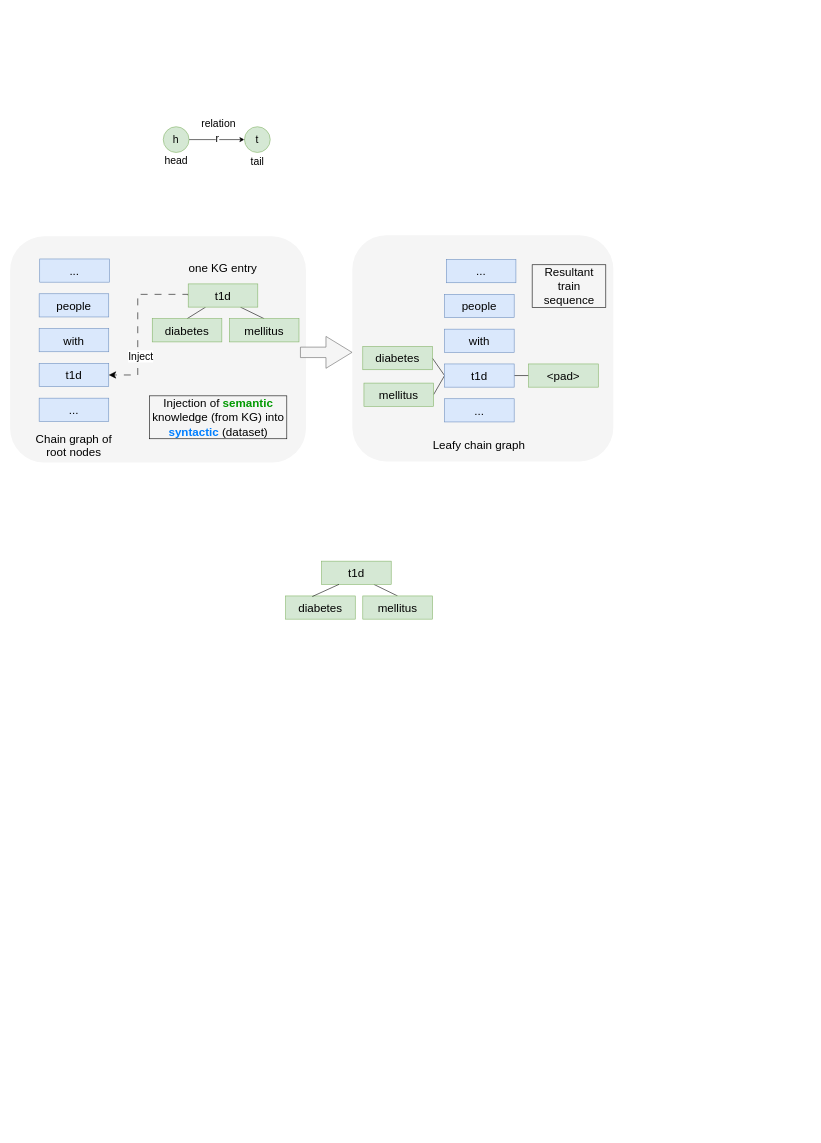
Before: page "Page-2" (2 of 2) of presentations/generals.drawio in across-stars/draw.io, a draw.io diagram. Source tidied: cells renumbered, new cells numbered last; positions are measured from the earlier drawing's top-left corner, leaving out a move shared by most shapes. Both pictures are drawn from the tidied source at 58%, with x=0, y=0 at pixel (10, 114).
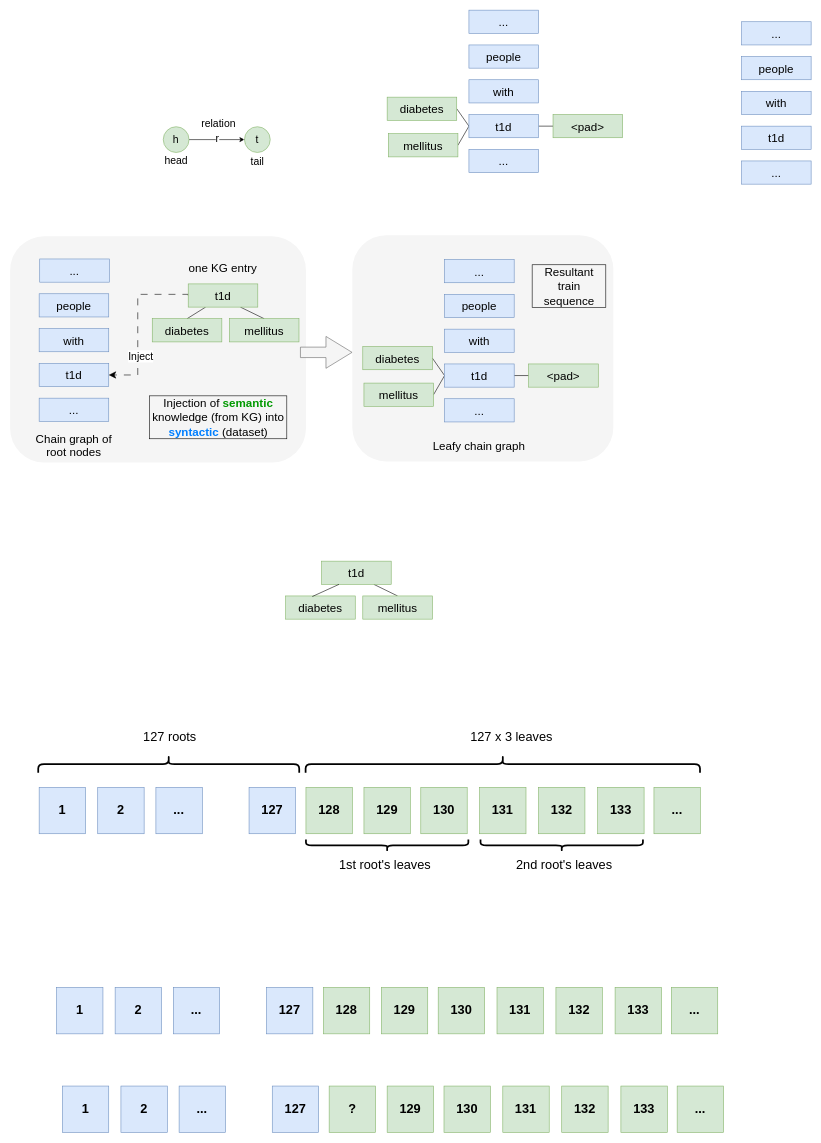
Above is the later version.

Diff of the diagram source:
```diff
@@
     <mxCell id="27" value="&lt;font style=&quot;font-size: 20px;&quot;&gt;...&lt;/font&gt;" style="rounded=0;whiteSpace=wrap;html=1;fontFamily=Helvetica;fontSize=11;labelBackgroundColor=none;fillColor=#dae8fc;strokeColor=#6c8ebf;" parent="1" vertex="1">
-      <mxGeometry x="752" y="250" width="120" height="40" as="geometry" />
+      <mxGeometry x="749" y="250" width="120" height="40" as="geometry" />
     </mxCell>
@@
+    <mxCell id="48" value="&lt;font size=&quot;1&quot;&gt;&lt;b style=&quot;font-size: 22px;&quot;&gt;1&lt;/b&gt;&lt;/font&gt;" style="whiteSpace=wrap;html=1;fontFamily=Helvetica;fontSize=11;labelBackgroundColor=none;fillColor=#dae8fc;strokeColor=#6c8ebf;" parent="1" vertex="1">
+      <mxGeometry x="50" y="1160" width="80" height="80" as="geometry" />
+    </mxCell>
+    <mxCell id="49" value="&lt;font size=&quot;1&quot;&gt;&lt;b style=&quot;font-size: 22px;&quot;&gt;2&lt;/b&gt;&lt;/font&gt;" style="whiteSpace=wrap;html=1;fontFamily=Helvetica;fontSize=11;labelBackgroundColor=none;fillColor=#dae8fc;strokeColor=#6c8ebf;" parent="1" vertex="1">
+      <mxGeometry x="151" y="1160" width="80" height="80" as="geometry" />
+    </mxCell>
+    <mxCell id="50" value="&lt;font size=&quot;1&quot;&gt;&lt;b style=&quot;font-size: 22px;&quot;&gt;...&lt;/b&gt;&lt;/font&gt;" style="whiteSpace=wrap;html=1;fontFamily=Helvetica;fontSize=11;labelBackgroundColor=none;fillColor=#dae8fc;strokeColor=#6c8ebf;" parent="1" vertex="1">
+      <mxGeometry x="251.3" y="1160" width="80" height="80" as="geometry" />
+    </mxCell>
+    <mxCell id="51" value="&lt;font size=&quot;1&quot;&gt;&lt;b style=&quot;font-size: 22px;&quot;&gt;127&lt;/b&gt;&lt;/font&gt;" style="whiteSpace=wrap;html=1;fontFamily=Helvetica;fontSize=11;labelBackgroundColor=none;fillColor=#dae8fc;strokeColor=#6c8ebf;" parent="1" vertex="1">
+      <mxGeometry x="411.9" y="1160" width="80" height="80" as="geometry" />
+    </mxCell>
+    <mxCell id="52" value="&lt;font size=&quot;1&quot;&gt;&lt;b style=&quot;font-size: 22px;&quot;&gt;129&lt;/b&gt;&lt;/font&gt;" style="whiteSpace=wrap;html=1;fontFamily=Helvetica;fontSize=11;labelBackgroundColor=none;fillColor=#d5e8d4;strokeColor=#82b366;" parent="1" vertex="1">
+      <mxGeometry x="610" y="1160" width="80" height="80" as="geometry" />
+    </mxCell>
+    <mxCell id="53" value="&lt;font size=&quot;1&quot;&gt;&lt;b style=&quot;font-size: 22px;&quot;&gt;128&lt;/b&gt;&lt;/font&gt;" style="whiteSpace=wrap;html=1;fontFamily=Helvetica;fontSize=11;labelBackgroundColor=none;fillColor=#d5e8d4;strokeColor=#82b366;" parent="1" vertex="1">
+      <mxGeometry x="510" y="1160" width="80" height="80" as="geometry" />
+    </mxCell>
+    <mxCell id="54" value="&lt;font size=&quot;1&quot;&gt;&lt;b style=&quot;font-size: 22px;&quot;&gt;130&lt;/b&gt;&lt;/font&gt;" style="whiteSpace=wrap;html=1;fontFamily=Helvetica;fontSize=11;labelBackgroundColor=none;fillColor=#d5e8d4;strokeColor=#82b366;" parent="1" vertex="1">
+      <mxGeometry x="708" y="1160" width="80" height="80" as="geometry" />
+    </mxCell>
+    <mxCell id="55" value="&lt;font size=&quot;1&quot;&gt;&lt;b style=&quot;font-size: 22px;&quot;&gt;131&lt;/b&gt;&lt;/font&gt;" style="whiteSpace=wrap;html=1;fontFamily=Helvetica;fontSize=11;labelBackgroundColor=none;fillColor=#d5e8d4;strokeColor=#82b366;" parent="1" vertex="1">
+      <mxGeometry x="809.4" y="1160" width="80" height="80" as="geometry" />
+    </mxCell>
+    <mxCell id="56" value="&lt;font size=&quot;1&quot;&gt;&lt;b style=&quot;font-size: 22px;&quot;&gt;132&lt;/b&gt;&lt;/font&gt;" style="whiteSpace=wrap;html=1;fontFamily=Helvetica;fontSize=11;labelBackgroundColor=none;fillColor=#d5e8d4;strokeColor=#82b366;" parent="1" vertex="1">
+      <mxGeometry x="911" y="1160" width="80" height="80" as="geometry" />
+    </mxCell>
+    <mxCell id="57" value="&lt;font size=&quot;1&quot;&gt;&lt;b style=&quot;font-size: 22px;&quot;&gt;133&lt;/b&gt;&lt;/font&gt;" style="whiteSpace=wrap;html=1;fontFamily=Helvetica;fontSize=11;labelBackgroundColor=none;fillColor=#d5e8d4;strokeColor=#82b366;" parent="1" vertex="1">
+      <mxGeometry x="1013" y="1160" width="80" height="80" as="geometry" />
+    </mxCell>
+    <mxCell id="58" value="&lt;font size=&quot;1&quot;&gt;&lt;b style=&quot;font-size: 22px;&quot;&gt;...&lt;/b&gt;&lt;/font&gt;" style="whiteSpace=wrap;html=1;fontFamily=Helvetica;fontSize=11;labelBackgroundColor=none;fillColor=#d5e8d4;strokeColor=#82b366;" parent="1" vertex="1">
+      <mxGeometry x="1110" y="1160" width="80" height="80" as="geometry" />
+    </mxCell>
+    <mxCell id="59" style="shape=curlyBracket;whiteSpace=wrap;html=1;rounded=1;flipH=1;labelPosition=right;verticalLabelPosition=middle;align=left;verticalAlign=middle;fontFamily=Helvetica;fontSize=11;fontColor=default;labelBackgroundColor=default;rotation=90;strokeWidth=3;" parent="1" vertex="1">
+      <mxGeometry x="640" y="1120" width="20" height="280" as="geometry" />
+    </mxCell>
+    <mxCell id="60" style="shape=curlyBracket;whiteSpace=wrap;html=1;rounded=1;flipH=1;labelPosition=right;verticalLabelPosition=middle;align=left;verticalAlign=middle;fontFamily=Helvetica;fontSize=11;fontColor=default;labelBackgroundColor=default;rotation=90;strokeWidth=3;" parent="1" vertex="1">
+      <mxGeometry x="941" y="1120" width="20" height="280" as="geometry" />
+    </mxCell>
+    <mxCell id="61" value="&lt;font style=&quot;font-size: 22px;&quot;&gt;1st root's leaves&lt;/font&gt;" style="text;html=1;align=center;verticalAlign=middle;strokeColor=none;fillColor=none;fontSize=22;" parent="1" vertex="1">
+      <mxGeometry x="556" y="1275" width="180" height="40" as="geometry" />
+    </mxCell>
+    <mxCell id="62" value="&lt;font style=&quot;font-size: 22px;&quot;&gt;2nd root's leaves&lt;/font&gt;" style="text;html=1;align=center;verticalAlign=middle;strokeColor=none;fillColor=none;" parent="1" vertex="1">
+      <mxGeometry x="859.9" y="1275" width="190" height="40" as="geometry" />
+    </mxCell>
+    <mxCell id="63" style="shape=curlyBracket;whiteSpace=wrap;html=1;rounded=1;flipH=1;labelPosition=right;verticalLabelPosition=middle;align=left;verticalAlign=middle;fontFamily=Helvetica;fontSize=11;fontColor=default;labelBackgroundColor=default;rotation=-90;strokeWidth=3;" parent="1" vertex="1">
+      <mxGeometry x="834.4" y="780" width="30" height="680" as="geometry" />
+    </mxCell>
+    <mxCell id="64" value="&lt;font style=&quot;font-size: 22px;&quot;&gt;127 x 3 leaves&lt;/font&gt;" style="text;html=1;align=center;verticalAlign=middle;strokeColor=none;fillColor=none;" parent="1" vertex="1">
+      <mxGeometry x="779" y="1053" width="170" height="40" as="geometry" />
+    </mxCell>
+    <mxCell id="65" style="shape=curlyBracket;whiteSpace=wrap;html=1;rounded=1;flipH=1;labelPosition=right;verticalLabelPosition=middle;align=left;verticalAlign=middle;fontFamily=Helvetica;fontSize=11;fontColor=default;labelBackgroundColor=default;rotation=-90;strokeWidth=3;" parent="1" vertex="1">
+      <mxGeometry x="258.4" y="895" width="30" height="450" as="geometry" />
+    </mxCell>
+    <mxCell id="66" value="&lt;font style=&quot;font-size: 22px;&quot;&gt;127 roots&lt;/font&gt;" style="text;html=1;align=center;verticalAlign=middle;strokeColor=none;fillColor=none;" parent="1" vertex="1">
+      <mxGeometry x="215" y="1053" width="120" height="40" as="geometry" />
+    </mxCell>
+    <mxCell id="67" value="&lt;font size=&quot;1&quot;&gt;&lt;b style=&quot;font-size: 22px;&quot;&gt;1&lt;/b&gt;&lt;/font&gt;" style="whiteSpace=wrap;html=1;fontFamily=Helvetica;fontSize=11;labelBackgroundColor=none;fillColor=#dae8fc;strokeColor=#6c8ebf;" parent="1" vertex="1">
+      <mxGeometry x="80" y="1505" width="80" height="80" as="geometry" />
+    </mxCell>
+    <mxCell id="68" value="&lt;font size=&quot;1&quot;&gt;&lt;b style=&quot;font-size: 22px;&quot;&gt;2&lt;/b&gt;&lt;/font&gt;" style="whiteSpace=wrap;html=1;fontFamily=Helvetica;fontSize=11;labelBackgroundColor=none;fillColor=#dae8fc;strokeColor=#6c8ebf;" parent="1" vertex="1">
+      <mxGeometry x="181" y="1505" width="80" height="80" as="geometry" />
+    </mxCell>
+    <mxCell id="69" value="&lt;font size=&quot;1&quot;&gt;&lt;b style=&quot;font-size: 22px;&quot;&gt;...&lt;/b&gt;&lt;/font&gt;" style="whiteSpace=wrap;html=1;fontFamily=Helvetica;fontSize=11;labelBackgroundColor=none;fillColor=#dae8fc;strokeColor=#6c8ebf;" parent="1" vertex="1">
+      <mxGeometry x="281.3" y="1505" width="80" height="80" as="geometry" />
+    </mxCell>
+    <mxCell id="70" value="&lt;font size=&quot;1&quot;&gt;&lt;b style=&quot;font-size: 22px;&quot;&gt;127&lt;/b&gt;&lt;/font&gt;" style="whiteSpace=wrap;html=1;fontFamily=Helvetica;fontSize=11;labelBackgroundColor=none;fillColor=#dae8fc;strokeColor=#6c8ebf;" parent="1" vertex="1">
+      <mxGeometry x="441.9" y="1505" width="80" height="80" as="geometry" />
+    </mxCell>
+    <mxCell id="71" value="&lt;font size=&quot;1&quot;&gt;&lt;b style=&quot;font-size: 22px;&quot;&gt;129&lt;/b&gt;&lt;/font&gt;" style="whiteSpace=wrap;html=1;fontFamily=Helvetica;fontSize=11;labelBackgroundColor=none;fillColor=#d5e8d4;strokeColor=#82b366;" parent="1" vertex="1">
+      <mxGeometry x="640" y="1505" width="80" height="80" as="geometry" />
+    </mxCell>
+    <mxCell id="72" value="&lt;font size=&quot;1&quot;&gt;&lt;b style=&quot;font-size: 22px;&quot;&gt;128&lt;/b&gt;&lt;/font&gt;" style="whiteSpace=wrap;html=1;fontFamily=Helvetica;fontSize=11;labelBackgroundColor=none;fillColor=#d5e8d4;strokeColor=#82b366;" parent="1" vertex="1">
+      <mxGeometry x="540" y="1505" width="80" height="80" as="geometry" />
+    </mxCell>
+    <mxCell id="73" value="&lt;font size=&quot;1&quot;&gt;&lt;b style=&quot;font-size: 22px;&quot;&gt;130&lt;/b&gt;&lt;/font&gt;" style="whiteSpace=wrap;html=1;fontFamily=Helvetica;fontSize=11;labelBackgroundColor=none;fillColor=#d5e8d4;strokeColor=#82b366;" parent="1" vertex="1">
+      <mxGeometry x="738" y="1505" width="80" height="80" as="geometry" />
+    </mxCell>
+    <mxCell id="74" value="&lt;font size=&quot;1&quot;&gt;&lt;b style=&quot;font-size: 22px;&quot;&gt;131&lt;/b&gt;&lt;/font&gt;" style="whiteSpace=wrap;html=1;fontFamily=Helvetica;fontSize=11;labelBackgroundColor=none;fillColor=#d5e8d4;strokeColor=#82b366;" parent="1" vertex="1">
+      <mxGeometry x="839.4" y="1505" width="80" height="80" as="geometry" />
+    </mxCell>
+    <mxCell id="75" value="&lt;font size=&quot;1&quot;&gt;&lt;b style=&quot;font-size: 22px;&quot;&gt;132&lt;/b&gt;&lt;/font&gt;" style="whiteSpace=wrap;html=1;fontFamily=Helvetica;fontSize=11;labelBackgroundColor=none;fillColor=#d5e8d4;strokeColor=#82b366;" parent="1" vertex="1">
+      <mxGeometry x="941" y="1505" width="80" height="80" as="geometry" />
+    </mxCell>
+    <mxCell id="76" value="&lt;font size=&quot;1&quot;&gt;&lt;b style=&quot;font-size: 22px;&quot;&gt;133&lt;/b&gt;&lt;/font&gt;" style="whiteSpace=wrap;html=1;fontFamily=Helvetica;fontSize=11;labelBackgroundColor=none;fillColor=#d5e8d4;strokeColor=#82b366;" parent="1" vertex="1">
+      <mxGeometry x="1043" y="1505" width="80" height="80" as="geometry" />
+    </mxCell>
+    <mxCell id="77" value="&lt;font size=&quot;1&quot;&gt;&lt;b style=&quot;font-size: 22px;&quot;&gt;...&lt;/b&gt;&lt;/font&gt;" style="whiteSpace=wrap;html=1;fontFamily=Helvetica;fontSize=11;labelBackgroundColor=none;fillColor=#d5e8d4;strokeColor=#82b366;" parent="1" vertex="1">
+      <mxGeometry x="1140" y="1505" width="80" height="80" as="geometry" />
+    </mxCell>
+    <mxCell id="78" value="&lt;font size=&quot;1&quot;&gt;&lt;b style=&quot;font-size: 22px;&quot;&gt;1&lt;/b&gt;&lt;/font&gt;" style="whiteSpace=wrap;html=1;fontFamily=Helvetica;fontSize=11;labelBackgroundColor=none;fillColor=#dae8fc;strokeColor=#6c8ebf;" parent="1" vertex="1">
+      <mxGeometry x="90" y="1675" width="80" height="80" as="geometry" />
+    </mxCell>
+    <mxCell id="79" value="&lt;font size=&quot;1&quot;&gt;&lt;b style=&quot;font-size: 22px;&quot;&gt;2&lt;/b&gt;&lt;/font&gt;" style="whiteSpace=wrap;html=1;fontFamily=Helvetica;fontSize=11;labelBackgroundColor=none;fillColor=#dae8fc;strokeColor=#6c8ebf;" parent="1" vertex="1">
+      <mxGeometry x="191" y="1675" width="80" height="80" as="geometry" />
+    </mxCell>
+    <mxCell id="80" value="&lt;font size=&quot;1&quot;&gt;&lt;b style=&quot;font-size: 22px;&quot;&gt;...&lt;/b&gt;&lt;/font&gt;" style="whiteSpace=wrap;html=1;fontFamily=Helvetica;fontSize=11;labelBackgroundColor=none;fillColor=#dae8fc;strokeColor=#6c8ebf;" parent="1" vertex="1">
+      <mxGeometry x="291.3" y="1675" width="80" height="80" as="geometry" />
+    </mxCell>
+    <mxCell id="81" value="&lt;font size=&quot;1&quot;&gt;&lt;b style=&quot;font-size: 22px;&quot;&gt;127&lt;/b&gt;&lt;/font&gt;" style="whiteSpace=wrap;html=1;fontFamily=Helvetica;fontSize=11;labelBackgroundColor=none;fillColor=#dae8fc;strokeColor=#6c8ebf;" parent="1" vertex="1">
+      <mxGeometry x="451.9" y="1675" width="80" height="80" as="geometry" />
+    </mxCell>
+    <mxCell id="82" value="&lt;font size=&quot;1&quot;&gt;&lt;b style=&quot;font-size: 22px;&quot;&gt;129&lt;/b&gt;&lt;/font&gt;" style="whiteSpace=wrap;html=1;fontFamily=Helvetica;fontSize=11;labelBackgroundColor=none;fillColor=#d5e8d4;strokeColor=#82b366;" parent="1" vertex="1">
+      <mxGeometry x="650" y="1675" width="80" height="80" as="geometry" />
+    </mxCell>
+    <mxCell id="83" value="&lt;font size=&quot;1&quot;&gt;&lt;b style=&quot;font-size: 22px;&quot;&gt;?&lt;/b&gt;&lt;/font&gt;" style="whiteSpace=wrap;html=1;fontFamily=Helvetica;fontSize=11;labelBackgroundColor=none;fillColor=#d5e8d4;strokeColor=#82b366;" parent="1" vertex="1">
+      <mxGeometry x="550" y="1675" width="80" height="80" as="geometry" />
+    </mxCell>
+    <mxCell id="84" value="&lt;font size=&quot;1&quot;&gt;&lt;b style=&quot;font-size: 22px;&quot;&gt;130&lt;/b&gt;&lt;/font&gt;" style="whiteSpace=wrap;html=1;fontFamily=Helvetica;fontSize=11;labelBackgroundColor=none;fillColor=#d5e8d4;strokeColor=#82b366;" parent="1" vertex="1">
+      <mxGeometry x="748" y="1675" width="80" height="80" as="geometry" />
+    </mxCell>
+    <mxCell id="85" value="&lt;font size=&quot;1&quot;&gt;&lt;b style=&quot;font-size: 22px;&quot;&gt;131&lt;/b&gt;&lt;/font&gt;" style="whiteSpace=wrap;html=1;fontFamily=Helvetica;fontSize=11;labelBackgroundColor=none;fillColor=#d5e8d4;strokeColor=#82b366;" parent="1" vertex="1">
+      <mxGeometry x="849.4" y="1675" width="80" height="80" as="geometry" />
+    </mxCell>
+    <mxCell id="86" value="&lt;font size=&quot;1&quot;&gt;&lt;b style=&quot;font-size: 22px;&quot;&gt;132&lt;/b&gt;&lt;/font&gt;" style="whiteSpace=wrap;html=1;fontFamily=Helvetica;fontSize=11;labelBackgroundColor=none;fillColor=#d5e8d4;strokeColor=#82b366;" parent="1" vertex="1">
+      <mxGeometry x="951" y="1675" width="80" height="80" as="geometry" />
+    </mxCell>
+    <mxCell id="87" value="&lt;font size=&quot;1&quot;&gt;&lt;b style=&quot;font-size: 22px;&quot;&gt;133&lt;/b&gt;&lt;/font&gt;" style="whiteSpace=wrap;html=1;fontFamily=Helvetica;fontSize=11;labelBackgroundColor=none;fillColor=#d5e8d4;strokeColor=#82b366;" parent="1" vertex="1">
+      <mxGeometry x="1053" y="1675" width="80" height="80" as="geometry" />
+    </mxCell>
+    <mxCell id="88" value="&lt;font size=&quot;1&quot;&gt;&lt;b style=&quot;font-size: 22px;&quot;&gt;...&lt;/b&gt;&lt;/font&gt;" style="whiteSpace=wrap;html=1;fontFamily=Helvetica;fontSize=11;labelBackgroundColor=none;fillColor=#d5e8d4;strokeColor=#82b366;" parent="1" vertex="1">
+      <mxGeometry x="1150" y="1675" width="80" height="80" as="geometry" />
+    </mxCell>
+    <mxCell id="89" value="&lt;font style=&quot;font-size: 20px;&quot;&gt;...&lt;/font&gt;" style="rounded=0;whiteSpace=wrap;html=1;fontFamily=Helvetica;fontSize=20;labelBackgroundColor=none;fillColor=#dae8fc;strokeColor=#6c8ebf;" parent="1" vertex="1">
+      <mxGeometry x="791" y="60" width="120" height="40" as="geometry" />
+    </mxCell>
+    <mxCell id="90" value="&lt;font style=&quot;font-size: 20px;&quot;&gt;people&lt;/font&gt;" style="rounded=0;whiteSpace=wrap;html=1;fontFamily=Helvetica;fontSize=20;labelBackgroundColor=none;fillColor=#dae8fc;strokeColor=#6c8ebf;" parent="1" vertex="1">
+      <mxGeometry x="791" y="-120" width="120" height="40" as="geometry" />
+    </mxCell>
+    <mxCell id="91" value="&lt;font style=&quot;font-size: 20px;&quot;&gt;with&lt;/font&gt;" style="rounded=0;whiteSpace=wrap;html=1;fontFamily=Helvetica;fontSize=20;labelBackgroundColor=none;fillColor=#dae8fc;strokeColor=#6c8ebf;" parent="1" vertex="1">
+      <mxGeometry x="791" y="-60" width="120" height="40" as="geometry" />
+    </mxCell>
+    <mxCell id="92" style="rounded=0;jettySize=auto;html=1;exitX=0;exitY=0;exitDx=0;exitDy=0;entryX=1;entryY=0.5;entryDx=0;entryDy=0;strokeColor=none;align=center;verticalAlign=middle;fontFamily=Helvetica;fontSize=11;fontColor=default;labelBackgroundColor=default;endArrow=none;endFill=0;" parent="1" edge="1" source="96" target="97">
+      <mxGeometry relative="1" as="geometry" />
+    </mxCell>
+    <mxCell id="93" style="rounded=0;jettySize=auto;html=1;exitX=0;exitY=0.5;exitDx=0;exitDy=0;entryX=1;entryY=0.5;entryDx=0;entryDy=0;strokeColor=default;align=center;verticalAlign=middle;fontFamily=Helvetica;fontSize=11;fontColor=default;labelBackgroundColor=default;endArrow=none;endFill=0;" parent="1" edge="1" source="96" target="97">
+      <mxGeometry relative="1" as="geometry" />
+    </mxCell>
+    <mxCell id="94" style="edgeStyle=none;rounded=0;jettySize=auto;html=1;exitX=0;exitY=0.5;exitDx=0;exitDy=0;entryX=1;entryY=0.5;entryDx=0;entryDy=0;strokeColor=default;align=center;verticalAlign=middle;fontFamily=Helvetica;fontSize=11;fontColor=default;labelBackgroundColor=default;endArrow=none;endFill=0;" parent="1" edge="1" source="96" target="100">
+      <mxGeometry relative="1" as="geometry" />
+    </mxCell>
+    <mxCell id="95" style="edgeStyle=none;rounded=0;jettySize=auto;html=1;exitX=1;exitY=0.5;exitDx=0;exitDy=0;entryX=0;entryY=0.5;entryDx=0;entryDy=0;strokeColor=default;align=center;verticalAlign=middle;fontFamily=Helvetica;fontSize=11;fontColor=default;labelBackgroundColor=default;endArrow=none;endFill=0;" parent="1" edge="1" source="96" target="99">
+      <mxGeometry relative="1" as="geometry" />
+    </mxCell>
+    <mxCell id="96" value="&lt;font style=&quot;font-size: 20px;&quot;&gt;t1d&lt;/font&gt;" style="rounded=0;whiteSpace=wrap;html=1;fontFamily=Helvetica;fontSize=20;labelBackgroundColor=none;fillColor=#dae8fc;strokeColor=#6c8ebf;" parent="1" vertex="1">
+      <mxGeometry x="791" width="120" height="40" as="geometry" />
+    </mxCell>
+    <mxCell id="97" value="&lt;font style=&quot;font-size: 20px;&quot;&gt;diabetes&lt;/font&gt;" style="rounded=0;whiteSpace=wrap;html=1;fontFamily=Helvetica;fontSize=20;labelBackgroundColor=none;fillColor=#d5e8d4;strokeColor=#82b366;" parent="1" vertex="1">
+      <mxGeometry x="650" y="-30" width="120" height="40" as="geometry" />
+    </mxCell>
+    <mxCell id="98" value="&lt;font style=&quot;font-size: 20px;&quot;&gt;...&lt;/font&gt;" style="rounded=0;whiteSpace=wrap;html=1;fontFamily=Helvetica;fontSize=20;labelBackgroundColor=none;fillColor=#dae8fc;strokeColor=#6c8ebf;" parent="1" vertex="1">
+      <mxGeometry x="791" y="-180" width="120" height="40" as="geometry" />
+    </mxCell>
+    <mxCell id="99" value="&lt;font style=&quot;font-size: 20px;&quot;&gt;&amp;lt;pad&amp;gt;&lt;/font&gt;" style="rounded=0;whiteSpace=wrap;html=1;fontFamily=Helvetica;fontSize=20;labelBackgroundColor=none;fillColor=#d5e8d4;strokeColor=#82b366;" parent="1" vertex="1">
+      <mxGeometry x="936" width="120" height="40" as="geometry" />
+    </mxCell>
+    <mxCell id="100" value="&lt;font style=&quot;font-size: 20px;&quot;&gt;mellitus&lt;/font&gt;" style="rounded=0;whiteSpace=wrap;html=1;fontFamily=Helvetica;fontSize=20;labelBackgroundColor=none;fillColor=#d5e8d4;strokeColor=#82b366;" parent="1" vertex="1">
+      <mxGeometry x="652" y="33" width="120" height="40" as="geometry" />
+    </mxCell>
+    <mxCell id="101" value="&lt;font style=&quot;font-size: 20px;&quot;&gt;...&lt;/font&gt;" style="rounded=0;whiteSpace=wrap;html=1;fontFamily=Helvetica;fontSize=11;labelBackgroundColor=none;fillColor=#dae8fc;strokeColor=#6c8ebf;" parent="1" vertex="1">
+      <mxGeometry x="1261" y="80" width="120" height="40" as="geometry" />
+    </mxCell>
+    <mxCell id="102" value="&lt;font style=&quot;font-size: 20px;&quot;&gt;people&lt;/font&gt;" style="rounded=0;whiteSpace=wrap;html=1;fontFamily=Helvetica;fontSize=11;labelBackgroundColor=none;fillColor=#dae8fc;strokeColor=#6c8ebf;" parent="1" vertex="1">
+      <mxGeometry x="1261" y="-100" width="120" height="40" as="geometry" />
+    </mxCell>
+    <mxCell id="103" value="&lt;font style=&quot;font-size: 20px;&quot;&gt;with&lt;/font&gt;" style="rounded=0;whiteSpace=wrap;html=1;fontFamily=Helvetica;fontSize=11;labelBackgroundColor=none;fillColor=#dae8fc;strokeColor=#6c8ebf;" parent="1" vertex="1">
+      <mxGeometry x="1261" y="-40" width="120" height="40" as="geometry" />
+    </mxCell>
+    <mxCell id="104" style="rounded=0;jettySize=auto;html=1;exitX=0;exitY=0;exitDx=0;exitDy=0;entryX=1;entryY=0.5;entryDx=0;entryDy=0;strokeColor=none;align=center;verticalAlign=middle;fontFamily=Helvetica;fontSize=11;fontColor=default;labelBackgroundColor=default;endArrow=none;endFill=0;" parent="1" edge="1" source="105">
+      <mxGeometry relative="1" as="geometry">
+        <mxPoint x="1240" y="10" as="targetPoint" />
+      </mxGeometry>
+    </mxCell>
+    <mxCell id="105" value="&lt;font style=&quot;font-size: 20px;&quot;&gt;t1d&lt;/font&gt;" style="rounded=0;whiteSpace=wrap;html=1;fontFamily=Helvetica;fontSize=11;labelBackgroundColor=none;fillColor=#dae8fc;strokeColor=#6c8ebf;" parent="1" vertex="1">
+      <mxGeometry x="1261" y="20" width="120" height="40" as="geometry" />
+    </mxCell>
+    <mxCell id="106" value="&lt;font style=&quot;font-size: 20px;&quot;&gt;...&lt;/font&gt;" style="rounded=0;whiteSpace=wrap;html=1;fontFamily=Helvetica;fontSize=11;labelBackgroundColor=none;fillColor=#dae8fc;strokeColor=#6c8ebf;" parent="1" vertex="1">
+      <mxGeometry x="1261" y="-160" width="120" height="40" as="geometry" />
+    </mxCell>
```
